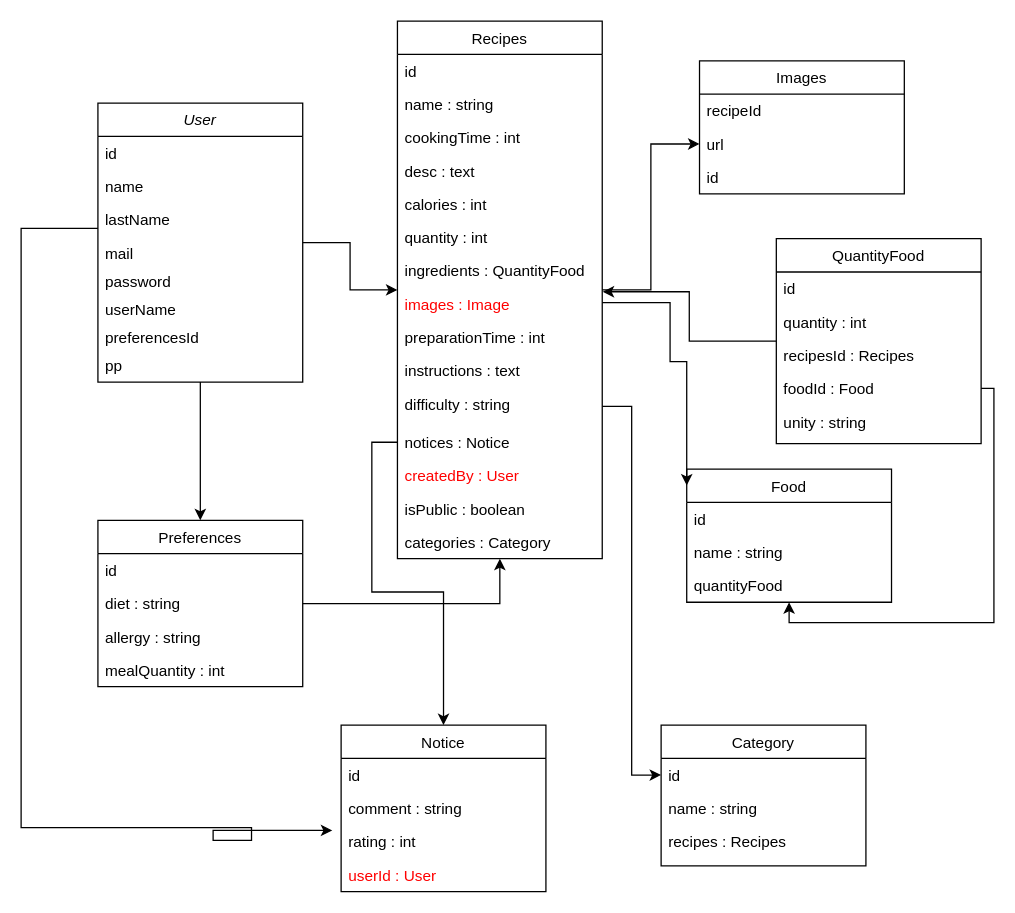
This is Cookify.drawio from inesbrm69/Cookify, a draw.io file, before an edit. Source tidied: cells renumbered, new cells numbered last; positions are measured from the earlier drawing's top-left corner, leaving out a move shared by most shapes. Both pictures are drawn from the tidied source at 128%, with x=0, y=0 at pixel (20, 20).
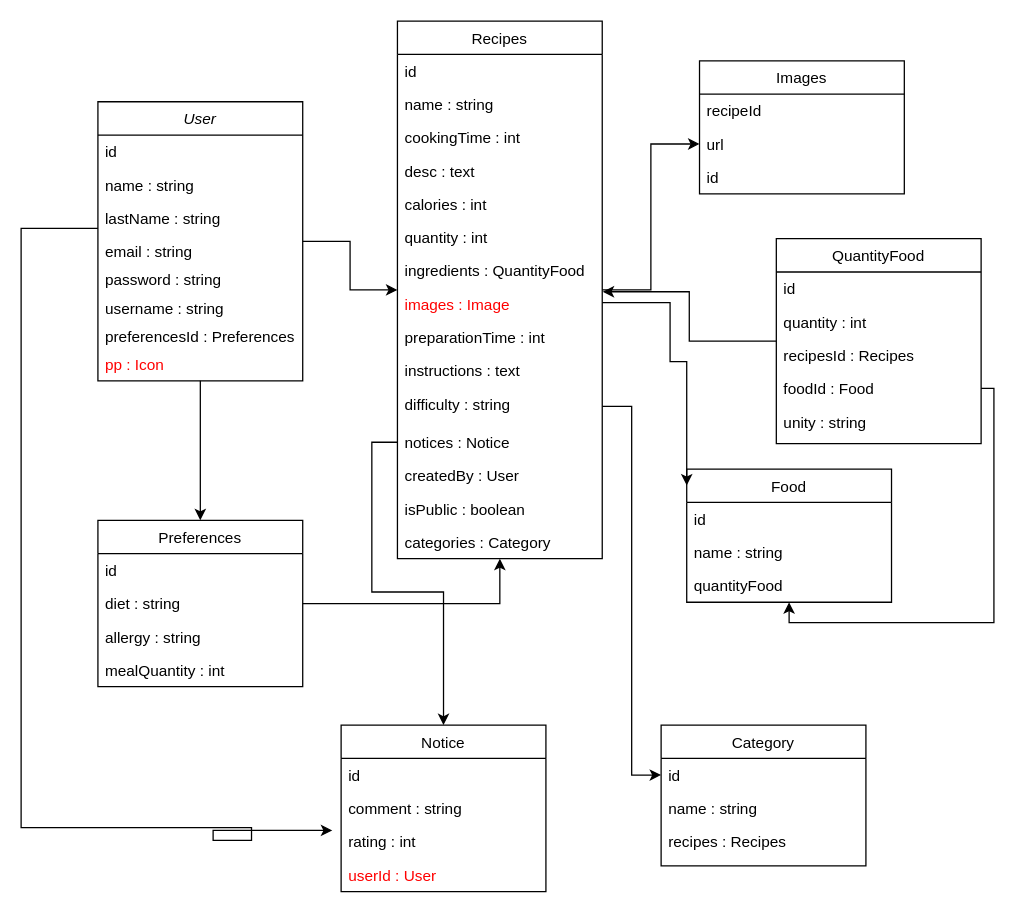
Above is the later version.

Commit message:
Mettre à jour Cookify.drawio

Unchanged cells that the change refers to:
```xml
<mxCell id="13" value="Recipes" style="swimlane;fontStyle=0;align=center;verticalAlign=top;horizontal=1;startSize=26;rounded=0;shadow=0;strokeWidth=1;" parent="1" vertex="1">
  <mxGeometry x="294" width="160" height="420" as="geometry" />
</mxCell>
```

Diff of the diagram source:
```diff
@@
     <mxCell id="4" value="User" style="swimlane;fontStyle=2;align=center;verticalAlign=top;horizontal=1;startSize=26;rounded=0;shadow=0;strokeWidth=1;" parent="1" vertex="1">
-      <mxGeometry x="60" y="64" width="160" height="218" as="geometry" />
+      <mxGeometry x="60" y="63" width="160" height="218" as="geometry" />
     </mxCell>
@@
-    <mxCell id="6" value="name" style="text;align=left;verticalAlign=top;spacingLeft=4;spacingRight=4;overflow=hidden;" parent="4" vertex="1">
+    <mxCell id="6" value="name : string" style="text;align=left;verticalAlign=top;spacingLeft=4;spacingRight=4;overflow=hidden;" parent="4" vertex="1">
       <mxGeometry y="52" width="160" height="26" as="geometry" />
     </mxCell>
-    <mxCell id="7" value="lastName" style="text;align=left;verticalAlign=top;spacingLeft=4;spacingRight=4;overflow=hidden;rounded=0;shadow=0;html=0;" parent="4" vertex="1">
+    <mxCell id="7" value="lastName : string" style="text;align=left;verticalAlign=top;spacingLeft=4;spacingRight=4;overflow=hidden;rounded=0;shadow=0;html=0;" parent="4" vertex="1">
       <mxGeometry y="78" width="160" height="26" as="geometry" />
     </mxCell>
-    <mxCell id="8" value="mail" style="text;align=left;verticalAlign=top;spacingLeft=4;spacingRight=4;overflow=hidden;rounded=0;shadow=0;html=0;" parent="4" vertex="1">
+    <mxCell id="8" value="email : string " style="text;align=left;verticalAlign=top;spacingLeft=4;spacingRight=4;overflow=hidden;rounded=0;shadow=0;html=0;" parent="4" vertex="1">
       <mxGeometry y="104" width="160" height="22" as="geometry" />
     </mxCell>
-    <mxCell id="9" value="password" style="text;align=left;verticalAlign=top;spacingLeft=4;spacingRight=4;overflow=hidden;" parent="4" vertex="1">
+    <mxCell id="9" value="password : string" style="text;align=left;verticalAlign=top;spacingLeft=4;spacingRight=4;overflow=hidden;" parent="4" vertex="1">
       <mxGeometry y="126" width="160" height="22" as="geometry" />
     </mxCell>
-    <mxCell id="10" value="userName" style="text;align=left;verticalAlign=top;spacingLeft=4;spacingRight=4;overflow=hidden;" parent="4" vertex="1">
+    <mxCell id="10" value="username : string" style="text;align=left;verticalAlign=top;spacingLeft=4;spacingRight=4;overflow=hidden;" parent="4" vertex="1">
       <mxGeometry y="148" width="160" height="22" as="geometry" />
     </mxCell>
-    <mxCell id="11" value="preferencesId" style="text;align=left;verticalAlign=top;spacingLeft=4;spacingRight=4;overflow=hidden;" parent="4" vertex="1">
+    <mxCell id="11" value="preferencesId : Preferences" style="text;align=left;verticalAlign=top;spacingLeft=4;spacingRight=4;overflow=hidden;fontColor=light-dark(#000000,#EDEDED);" parent="4" vertex="1">
       <mxGeometry y="170" width="160" height="22" as="geometry" />
     </mxCell>
-    <mxCell id="12" value="pp" style="text;align=left;verticalAlign=top;spacingLeft=4;spacingRight=4;overflow=hidden;rounded=0;shadow=0;html=0;" parent="4" vertex="1">
+    <mxCell id="12" value="pp : Icon" style="text;align=left;verticalAlign=top;spacingLeft=4;spacingRight=4;overflow=hidden;rounded=0;shadow=0;html=0;fontColor=light-dark(#ff0000, #ededed);" parent="4" vertex="1">
       <mxGeometry y="192" width="160" height="26" as="geometry" />
     </mxCell>
@@
-    <mxCell id="26" value="createdBy : User" style="text;align=left;verticalAlign=top;spacingLeft=4;spacingRight=4;overflow=hidden;rounded=0;shadow=0;html=0;fontColor=#FF0000;" parent="13" vertex="1">
+    <mxCell id="26" value="createdBy : User" style="text;align=left;verticalAlign=top;spacingLeft=4;spacingRight=4;overflow=hidden;rounded=0;shadow=0;html=0;fontColor=light-dark(#000000, #ff9090);" parent="13" vertex="1">
       <mxGeometry y="342" width="160" height="26" as="geometry" />
     </mxCell>
```
